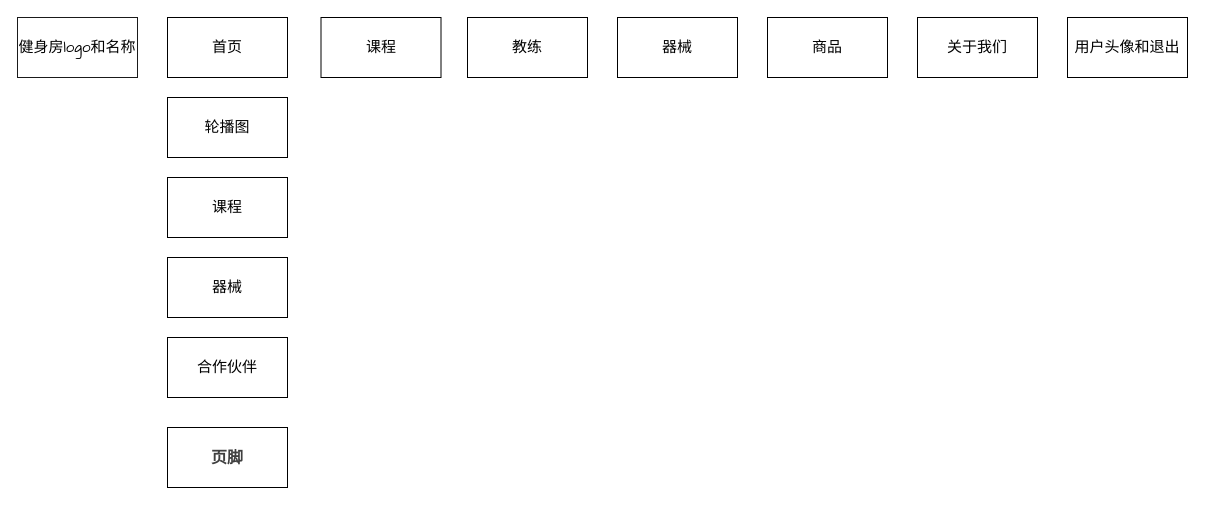
Earlier version of the draw.io diagram 健身房管理会员界面.drawio (xljya/image). Source tidied: cells renumbered, new cells numbered last; positions are measured from the earlier drawing's top-left corner, leaving out a move shared by most shapes. Both pictures are drawn from the tidied source at 100%, with x=0, y=0 at pixel (17, 17).
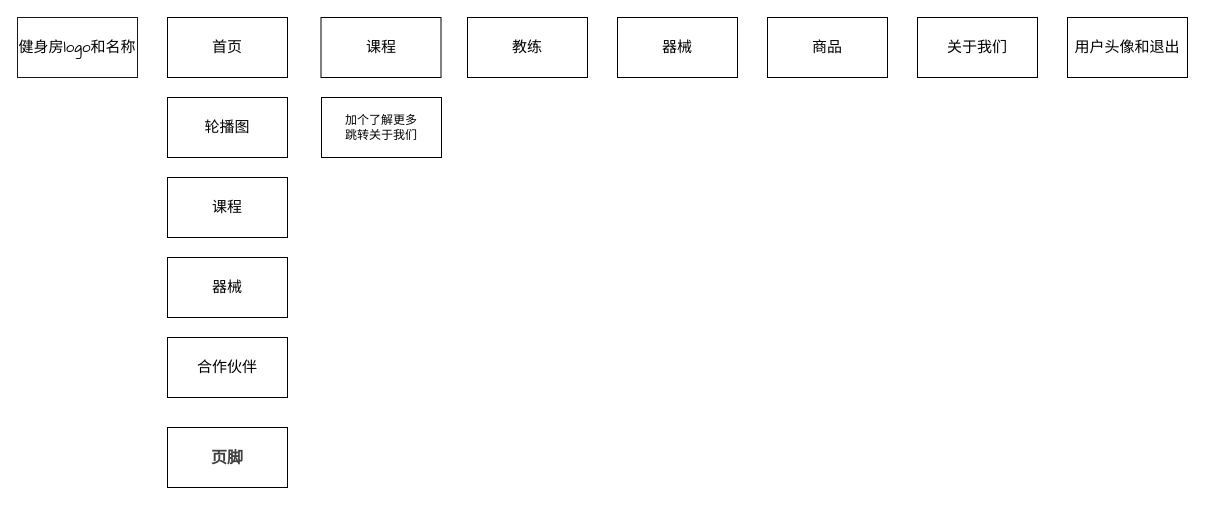
The same page after the edit.

Commit message:
更新健身房管理会员界面.drawio

Diff of the diagram source:
```diff
@@
 <mxGraphModel>
   <root>
     <mxCell id="0" />
     <mxCell id="1" parent="0" />
     <mxCell id="2" value="&lt;font style=&quot;font-size: 15px;&quot; face=&quot;Comic Sans MS&quot;&gt;健身房logo和名称&lt;/font&gt;" style="rounded=0;whiteSpace=wrap;html=1;fillColor=#FFFFFF;strokeColor=#1A1A1A;" parent="1" vertex="1">
       <mxGeometry width="120" height="60" as="geometry" />
     </mxCell>
     <mxCell id="3" value="&lt;font style=&quot;font-size: 15px;&quot; face=&quot;Comic Sans MS&quot;&gt;首页&lt;/font&gt;" style="rounded=0;whiteSpace=wrap;html=1;" parent="1" vertex="1">
       <mxGeometry x="150" width="120" height="60" as="geometry" />
     </mxCell>
     <mxCell id="4" value="&lt;font style=&quot;font-size: 15px;&quot; face=&quot;Comic Sans MS&quot;&gt;教练&lt;/font&gt;" style="rounded=0;whiteSpace=wrap;html=1;" parent="1" vertex="1">
       <mxGeometry x="450" width="120" height="60" as="geometry" />
     </mxCell>
     <mxCell id="5" value="&lt;font style=&quot;font-size: 15px;&quot; face=&quot;Comic Sans MS&quot;&gt;商品&lt;/font&gt;" style="rounded=0;whiteSpace=wrap;html=1;" parent="1" vertex="1">
       <mxGeometry x="750" width="120" height="60" as="geometry" />
     </mxCell>
     <mxCell id="6" value="&lt;font face=&quot;Comic Sans MS&quot;&gt;&lt;span style=&quot;font-size: 15px;&quot;&gt;课程&lt;/span&gt;&lt;/font&gt;" style="rounded=0;whiteSpace=wrap;html=1;" parent="1" vertex="1">
       <mxGeometry x="303.5" width="120" height="60" as="geometry" />
     </mxCell>
     <mxCell id="7" value="&lt;font style=&quot;font-size: 15px;&quot; face=&quot;Comic Sans MS&quot;&gt;用户头像和退出&lt;/font&gt;" style="rounded=0;whiteSpace=wrap;html=1;" parent="1" vertex="1">
       <mxGeometry x="1050" width="120" height="60" as="geometry" />
     </mxCell>
     <mxCell id="8" value="&lt;font style=&quot;font-size: 15px;&quot; face=&quot;Comic Sans MS&quot;&gt;关于我们&lt;/font&gt;" style="rounded=0;whiteSpace=wrap;html=1;fillColor=#FFFFFF;" parent="1" vertex="1">
       <mxGeometry x="900" width="120" height="60" as="geometry" />
     </mxCell>
     <mxCell id="9" value="&lt;font style=&quot;font-size: 15px;&quot; face=&quot;Comic Sans MS&quot;&gt;轮播图&lt;/font&gt;" style="rounded=0;whiteSpace=wrap;html=1;" parent="1" vertex="1">
       <mxGeometry x="150" y="80" width="120" height="60" as="geometry" />
     </mxCell>
     <mxCell id="10" value="&lt;font style=&quot;font-size: 15px;&quot; face=&quot;Comic Sans MS&quot;&gt;合作伙伴&lt;/font&gt;" style="rounded=0;whiteSpace=wrap;html=1;" parent="1" vertex="1">
       <mxGeometry x="150" y="320" width="120" height="60" as="geometry" />
     </mxCell>
     <mxCell id="11" value="&lt;font face=&quot;Comic Sans MS&quot;&gt;&lt;span style=&quot;font-size: 15px;&quot;&gt;课程&lt;/span&gt;&lt;/font&gt;" style="rounded=0;whiteSpace=wrap;html=1;" parent="1" vertex="1">
       <mxGeometry x="150" y="160" width="120" height="60" as="geometry" />
     </mxCell>
     <mxCell id="12" value="&lt;strong style=&quot;color: rgb(64, 64, 64); font-family: DeepSeek-CJK-patch, Inter, system-ui, -apple-system, BlinkMacSystemFont, &amp;quot;Segoe UI&amp;quot;, Roboto, &amp;quot;Noto Sans&amp;quot;, Ubuntu, Cantarell, &amp;quot;Helvetica Neue&amp;quot;, Oxygen, &amp;quot;Open Sans&amp;quot;, sans-serif; font-size: 16.002px; text-align: start; background-color: rgb(255, 255, 255);&quot;&gt;页脚&lt;/strong&gt;" style="rounded=0;whiteSpace=wrap;html=1;" parent="1" vertex="1">
       <mxGeometry x="150" y="410" width="120" height="60" as="geometry" />
     </mxCell>
     <mxCell id="13" value="&lt;font style=&quot;font-size: 15px;&quot; face=&quot;Comic Sans MS&quot;&gt;器械&lt;/font&gt;" style="rounded=0;whiteSpace=wrap;html=1;" parent="1" vertex="1">
       <mxGeometry x="150" y="240" width="120" height="60" as="geometry" />
     </mxCell>
     <mxCell id="14" value="&lt;font style=&quot;font-size: 15px;&quot; face=&quot;Comic Sans MS&quot;&gt;器械&lt;/font&gt;" style="rounded=0;whiteSpace=wrap;html=1;" parent="1" vertex="1">
       <mxGeometry x="600" width="120" height="60" as="geometry" />
     </mxCell>
+    <mxCell id="15" value="加个了解更多&lt;div&gt;跳转关于我们&lt;/div&gt;" style="rounded=0;whiteSpace=wrap;html=1;" parent="1" vertex="1">
+      <mxGeometry x="304" y="80" width="120" height="60" as="geometry" />
+    </mxCell>
   </root>
 </mxGraphModel>
```
